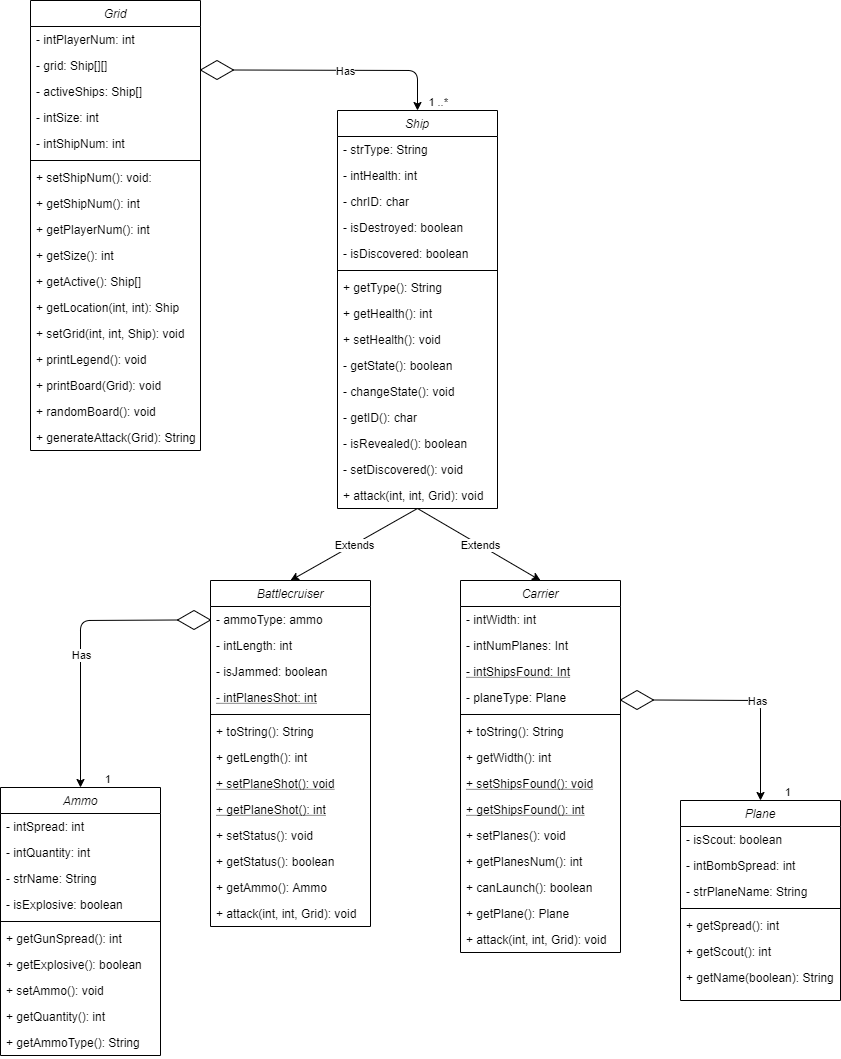
The draw.io diagram src/Class Diagram.png in SACHSTech/ics4u-oop-assignment-jeffreylin-21, before a commit. Source tidied: cells renumbered, new cells last; positions are measured from the earlier drawing's top-left corner, leaving out a move shared by most shapes.
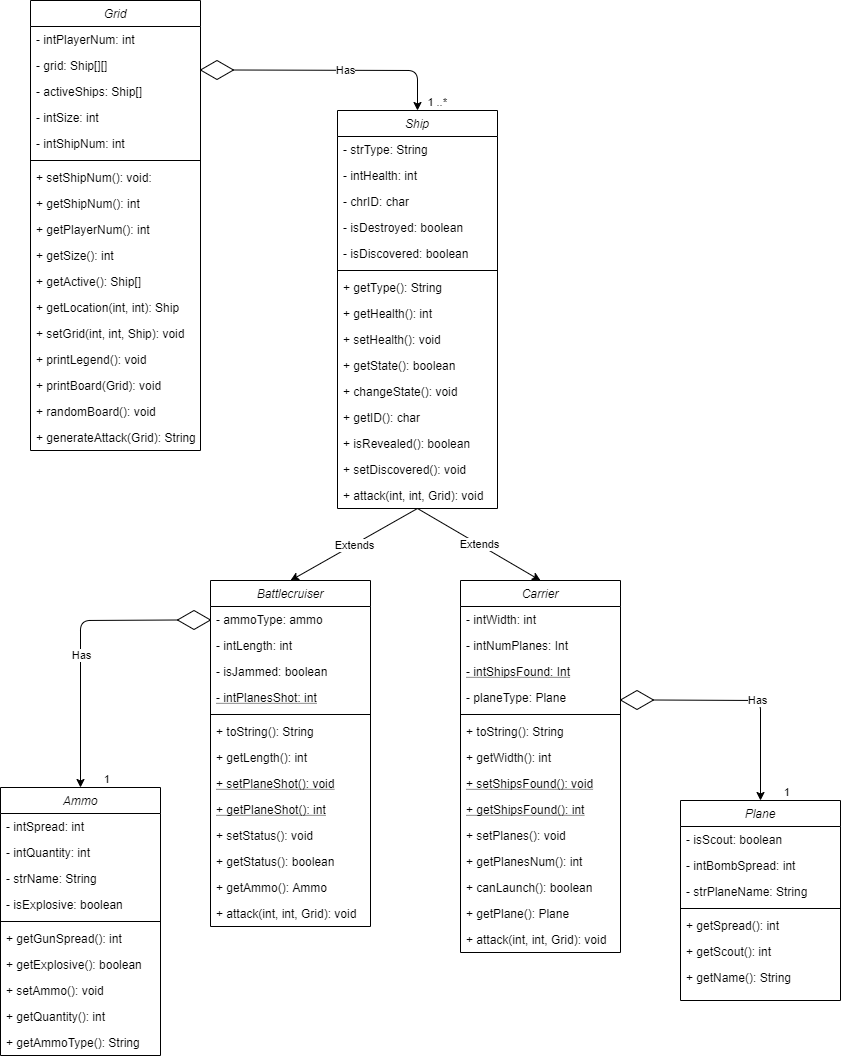
The same diagram one commit later.

Commit message:
fixed class diagram

What changed in the source:
```diff
@@ -32,19 +32,19 @@
     <mxCell id="11" value="+ setHealth(): void" style="text;align=left;verticalAlign=top;spacingLeft=4;spacingRight=4;overflow=hidden;rounded=0;shadow=0;html=0;" parent="2" vertex="1">
       <mxGeometry y="216" width="160" height="26" as="geometry" />
     </mxCell>
-    <mxCell id="12" value="- getState(): boolean" style="text;align=left;verticalAlign=top;spacingLeft=4;spacingRight=4;overflow=hidden;rounded=0;shadow=0;html=0;" parent="2" vertex="1">
+    <mxCell id="12" value="+ getState(): boolean" style="text;align=left;verticalAlign=top;spacingLeft=4;spacingRight=4;overflow=hidden;rounded=0;shadow=0;html=0;" parent="2" vertex="1">
       <mxGeometry y="242" width="160" height="26" as="geometry" />
     </mxCell>
-    <mxCell id="13" value="- changeState(): void" style="text;align=left;verticalAlign=top;spacingLeft=4;spacingRight=4;overflow=hidden;rounded=0;shadow=0;html=0;" parent="2" vertex="1">
+    <mxCell id="13" value="+ changeState(): void" style="text;align=left;verticalAlign=top;spacingLeft=4;spacingRight=4;overflow=hidden;rounded=0;shadow=0;html=0;" parent="2" vertex="1">
       <mxGeometry y="268" width="160" height="26" as="geometry" />
     </mxCell>
-    <mxCell id="14" value="- getID(): char" style="text;align=left;verticalAlign=top;spacingLeft=4;spacingRight=4;overflow=hidden;rounded=0;shadow=0;html=0;" parent="2" vertex="1">
+    <mxCell id="14" value="+ getID(): char" style="text;align=left;verticalAlign=top;spacingLeft=4;spacingRight=4;overflow=hidden;rounded=0;shadow=0;html=0;" parent="2" vertex="1">
       <mxGeometry y="294" width="160" height="26" as="geometry" />
     </mxCell>
-    <mxCell id="15" value="- isRevealed(): boolean" style="text;align=left;verticalAlign=top;spacingLeft=4;spacingRight=4;overflow=hidden;rounded=0;shadow=0;html=0;" parent="2" vertex="1">
+    <mxCell id="15" value="+ isRevealed(): boolean" style="text;align=left;verticalAlign=top;spacingLeft=4;spacingRight=4;overflow=hidden;rounded=0;shadow=0;html=0;" parent="2" vertex="1">
       <mxGeometry y="320" width="160" height="26" as="geometry" />
     </mxCell>
-    <mxCell id="16" value="- setDiscovered(): void" style="text;align=left;verticalAlign=top;spacingLeft=4;spacingRight=4;overflow=hidden;rounded=0;shadow=0;html=0;" parent="2" vertex="1">
+    <mxCell id="16" value="+ setDiscovered(): void" style="text;align=left;verticalAlign=top;spacingLeft=4;spacingRight=4;overflow=hidden;rounded=0;shadow=0;html=0;" parent="2" vertex="1">
       <mxGeometry y="346" width="160" height="26" as="geometry" />
     </mxCell>
     <mxCell id="17" value="+ attack(int, int, Grid): void" style="text;align=left;verticalAlign=top;spacingLeft=4;spacingRight=4;overflow=hidden;fontStyle=0;" parent="2" vertex="1">
@@ -191,7 +191,7 @@
     <mxCell id="64" value="+ getScout(): int&#10;" style="text;align=left;verticalAlign=top;spacingLeft=4;spacingRight=4;overflow=hidden;" parent="58" vertex="1">
       <mxGeometry y="138" width="160" height="26" as="geometry" />
     </mxCell>
-    <mxCell id="65" value="+ getName(boolean): String&#10;" style="text;align=left;verticalAlign=top;spacingLeft=4;spacingRight=4;overflow=hidden;" parent="58" vertex="1">
+    <mxCell id="65" value="+ getName(): String&#10;" style="text;align=left;verticalAlign=top;spacingLeft=4;spacingRight=4;overflow=hidden;" parent="58" vertex="1">
       <mxGeometry y="164" width="160" height="26" as="geometry" />
     </mxCell>
     <mxCell id="66" value="Grid" style="swimlane;fontStyle=2;align=center;verticalAlign=top;horizontal=1;startSize=26;rounded=0;shadow=0;strokeWidth=1;" parent="1" vertex="1">
```
